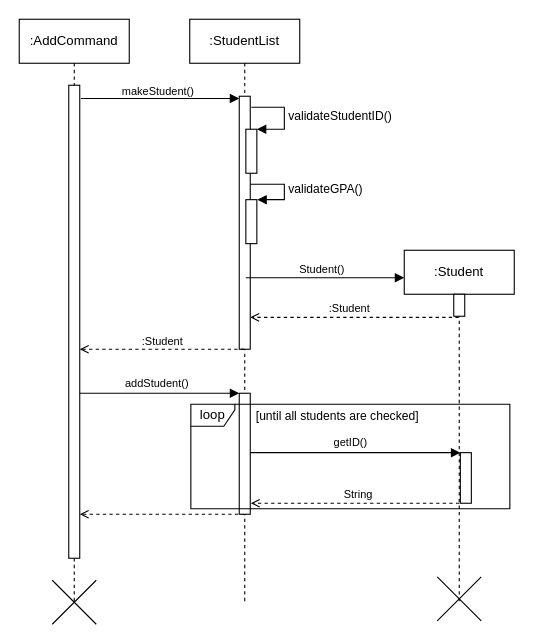
Before: docs/Untitled Diagram.drawio in paulktham/tp, a draw.io diagram. Source tidied: cells renumbered, new cells numbered last; positions are measured from the earlier drawing's top-left corner, leaving out a move shared by most shapes. Both pictures are drawn from the tidied source at 110%, with x=0, y=0 at pixel (19, 19).
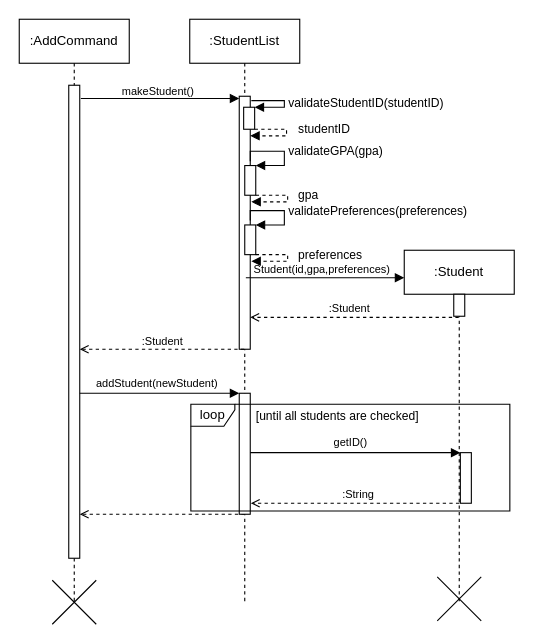
After the change.

Unchanged cells that the change refers to:
```xml
<mxCell id="7" value=":StudentList" style="shape=umlLifeline;perimeter=lifelinePerimeter;whiteSpace=wrap;html=1;newEdgeStyle={&quot;edgeStyle&quot;:&quot;elbowEdgeStyle&quot;,&quot;elbow&quot;:&quot;vertical&quot;,&quot;curved&quot;:0,&quot;rounded&quot;:0};" parent="1" vertex="1">
  <mxGeometry x="155" width="100" height="530" as="geometry" />
</mxCell>
<mxCell id="8" style="html=1;points=[[0,0,0,0,5],[0,1,0,0,-5],[1,0,0,0,5],[1,1,0,0,-5]];perimeter=orthogonalPerimeter;outlineConnect=0;targetShapes=umlLifeline;portConstraint=eastwest;newEdgeStyle={&quot;curved&quot;:0,&quot;rounded&quot;:0};" parent="7" vertex="1">
  <mxGeometry x="45" y="70" width="10" height="230" as="geometry" />
</mxCell>
```

Diff of the diagram source:
```diff
@@
     <mxCell id="9" style="html=1;points=[[0,0,0,0,5],[0,1,0,0,-5],[1,0,0,0,5],[1,1,0,0,-5]];perimeter=orthogonalPerimeter;outlineConnect=0;targetShapes=umlLifeline;portConstraint=eastwest;newEdgeStyle={&quot;curved&quot;:0,&quot;rounded&quot;:0};" parent="7" vertex="1">
-      <mxGeometry x="51" y="100" width="10" height="40" as="geometry" />
+      <mxGeometry x="49" y="80" width="10" height="20" as="geometry" />
     </mxCell>
-    <mxCell id="10" value="validateStudentID()" style="html=1;align=left;spacingLeft=2;endArrow=block;rounded=0;edgeStyle=orthogonalEdgeStyle;curved=0;rounded=0;" parent="7" edge="1" target="9">
+    <mxCell id="10" value="validateStudentID(studentID)" style="html=1;align=left;spacingLeft=2;endArrow=block;rounded=0;edgeStyle=orthogonalEdgeStyle;curved=0;rounded=0;" parent="7" edge="1" target="9">
       <mxGeometry relative="1" as="geometry">
-        <mxPoint x="56" y="80" as="sourcePoint" />
+        <mxPoint x="56" y="74" as="sourcePoint" />
         <Array as="points">
+          <mxPoint x="86" y="74" />
           <mxPoint x="86" y="80" />
-          <mxPoint x="86" y="100" />
         </Array>
       </mxGeometry>
     </mxCell>
+    <mxCell id="22" style="html=1;perimeter=orthogonalPerimeter;targetShapes=umlLifeline;newEdgeStyle={&quot;curved&quot;:0,&quot;rounded&quot;:0};" parent="7" vertex="1">
+      <mxGeometry x="50" y="133" width="10" height="27" as="geometry" />
+    </mxCell>
+    <mxCell id="23" value="validateGPA(gpa)" style="html=1;align=left;spacingLeft=2;endArrow=block;rounded=0;edgeStyle=orthogonalEdgeStyle;curved=0;rounded=0;" parent="7" edge="1">
+      <mxGeometry relative="1" as="geometry">
+        <mxPoint x="55" y="129" as="sourcePoint" />
+        <mxPoint x="60" y="133" as="targetPoint" />
+        <Array as="points">
+          <mxPoint x="55" y="120" />
+          <mxPoint x="86" y="120" />
+          <mxPoint x="86" y="133" />
+        </Array>
+      </mxGeometry>
+    </mxCell>
+    <mxCell id="33" style="html=1;perimeter=orthogonalPerimeter;targetShapes=umlLifeline;newEdgeStyle={&quot;curved&quot;:0,&quot;rounded&quot;:0};" parent="7" vertex="1">
+      <mxGeometry x="50" y="187" width="10" height="27" as="geometry" />
+    </mxCell>
+    <mxCell id="34" value="validatePreferences(preferences)" style="html=1;align=left;spacingLeft=2;endArrow=block;rounded=0;edgeStyle=orthogonalEdgeStyle;curved=0;rounded=0;" parent="7" edge="1">
+      <mxGeometry relative="1" as="geometry">
+        <mxPoint x="55" y="183" as="sourcePoint" />
+        <mxPoint x="60" y="187" as="targetPoint" />
+        <Array as="points">
+          <mxPoint x="55" y="174" />
+          <mxPoint x="86" y="174" />
+          <mxPoint x="86" y="187" />
+        </Array>
+      </mxGeometry>
+    </mxCell>
+    <mxCell id="35" value="preferences" style="html=1;align=left;spacingLeft=2;endArrow=block;rounded=0;edgeStyle=orthogonalEdgeStyle;curved=0;rounded=0;dashed=1;" parent="7" edge="1">
+      <mxGeometry x="-0.15" y="6" relative="1" as="geometry">
+        <mxPoint x="60" y="214" as="sourcePoint" />
+        <mxPoint x="56" y="220" as="targetPoint" />
+        <Array as="points">
+          <mxPoint x="89" y="214" />
+          <mxPoint x="89" y="220" />
+        </Array>
+      </mxGeometry>
+    </mxCell>
@@
-    <mxCell id="13" value="&lt;font style=&quot;font-size: 10px;&quot;&gt;Student()&lt;/font&gt;" style="text;html=1;align=center;verticalAlign=middle;strokeColor=none;fillColor=none;" parent="1" vertex="1">
-      <mxGeometry x="245" y="212" width="60" height="30" as="geometry" />
+    <mxCell id="13" value="&lt;font style=&quot;font-size: 10px;&quot;&gt;Student(id,gpa,preferences)&lt;/font&gt;" style="text;html=1;align=center;verticalAlign=middle;strokeColor=none;fillColor=none;" parent="1" vertex="1">
+      <mxGeometry x="200" y="212" width="150" height="30" as="geometry" />
     </mxCell>
@@
-    <mxCell id="19" value="&lt;font style=&quot;font-size: 10px;&quot;&gt;addStudent()&lt;/font&gt;" style="text;html=1;align=center;verticalAlign=middle;strokeColor=none;fillColor=none;" parent="1" vertex="1">
-      <mxGeometry x="85" y="316" width="80" height="30" as="geometry" />
+    <mxCell id="19" value="&lt;font style=&quot;font-size: 10px;&quot;&gt;addStudent(newStudent)&lt;/font&gt;" style="text;html=1;align=center;verticalAlign=middle;strokeColor=none;fillColor=none;" parent="1" vertex="1">
+      <mxGeometry x="60" y="316" width="130" height="30" as="geometry" />
     </mxCell>
@@
-    <mxCell id="22" style="html=1;perimeter=orthogonalPerimeter;targetShapes=umlLifeline;newEdgeStyle={&quot;curved&quot;:0,&quot;rounded&quot;:0};" parent="1" vertex="1">
-      <mxGeometry x="206" y="164" width="10" height="40" as="geometry" />
-    </mxCell>
-    <mxCell id="23" value="validateGPA()" style="html=1;align=left;spacingLeft=2;endArrow=block;rounded=0;edgeStyle=orthogonalEdgeStyle;curved=0;rounded=0;entryX=1.044;entryY=0.025;entryDx=0;entryDy=0;entryPerimeter=0;" parent="1" edge="1" source="8">
-      <mxGeometry relative="1" as="geometry">
-        <mxPoint x="216.4" y="164" as="targetPoint" />
-        <Array as="points">
-          <mxPoint x="241" y="150" />
-          <mxPoint x="241" y="164" />
-        </Array>
-      </mxGeometry>
-    </mxCell>
@@
     <mxCell id="26" value="loop" style="shape=umlFrame;whiteSpace=wrap;html=1;width=40;height=20;" parent="1" vertex="1">
-      <mxGeometry x="156" y="350" width="290" height="95" as="geometry" />
+      <mxGeometry x="156" y="350" width="290" height="97" as="geometry" />
     </mxCell>
@@
-    <mxCell id="32" value="&lt;font style=&quot;font-size: 10px;&quot;&gt;String&lt;/font&gt;" style="text;html=1;align=center;verticalAlign=middle;strokeColor=none;fillColor=none;" parent="26" vertex="1">
+    <mxCell id="32" value="&lt;font style=&quot;font-size: 10px;&quot;&gt;:String&lt;/font&gt;" style="text;html=1;align=center;verticalAlign=middle;strokeColor=none;fillColor=none;" parent="26" vertex="1">
       <mxGeometry x="127" y="67" width="50" height="30" as="geometry" />
     </mxCell>
+    <mxCell id="36" value="studentID" style="html=1;align=left;spacingLeft=2;endArrow=block;rounded=0;edgeStyle=orthogonalEdgeStyle;curved=0;rounded=0;dashed=1;" parent="1" edge="1" target="8">
+      <mxGeometry x="-0.15" y="7" relative="1" as="geometry">
+        <mxPoint x="214" y="100" as="sourcePoint" />
+        <Array as="points">
+          <mxPoint x="243" y="100" />
+          <mxPoint x="243" y="106" />
+        </Array>
+      </mxGeometry>
+    </mxCell>
+    <mxCell id="37" value="gpa" style="html=1;align=left;spacingLeft=2;endArrow=block;rounded=0;edgeStyle=orthogonalEdgeStyle;curved=0;rounded=0;dashed=1;" parent="1" edge="1">
+      <mxGeometry x="-0.15" y="6" relative="1" as="geometry">
+        <mxPoint x="215" y="160" as="sourcePoint" />
+        <mxPoint x="211" y="166" as="targetPoint" />
+        <Array as="points">
+          <mxPoint x="244" y="160" />
+          <mxPoint x="244" y="166" />
+        </Array>
+      </mxGeometry>
+    </mxCell>
```
